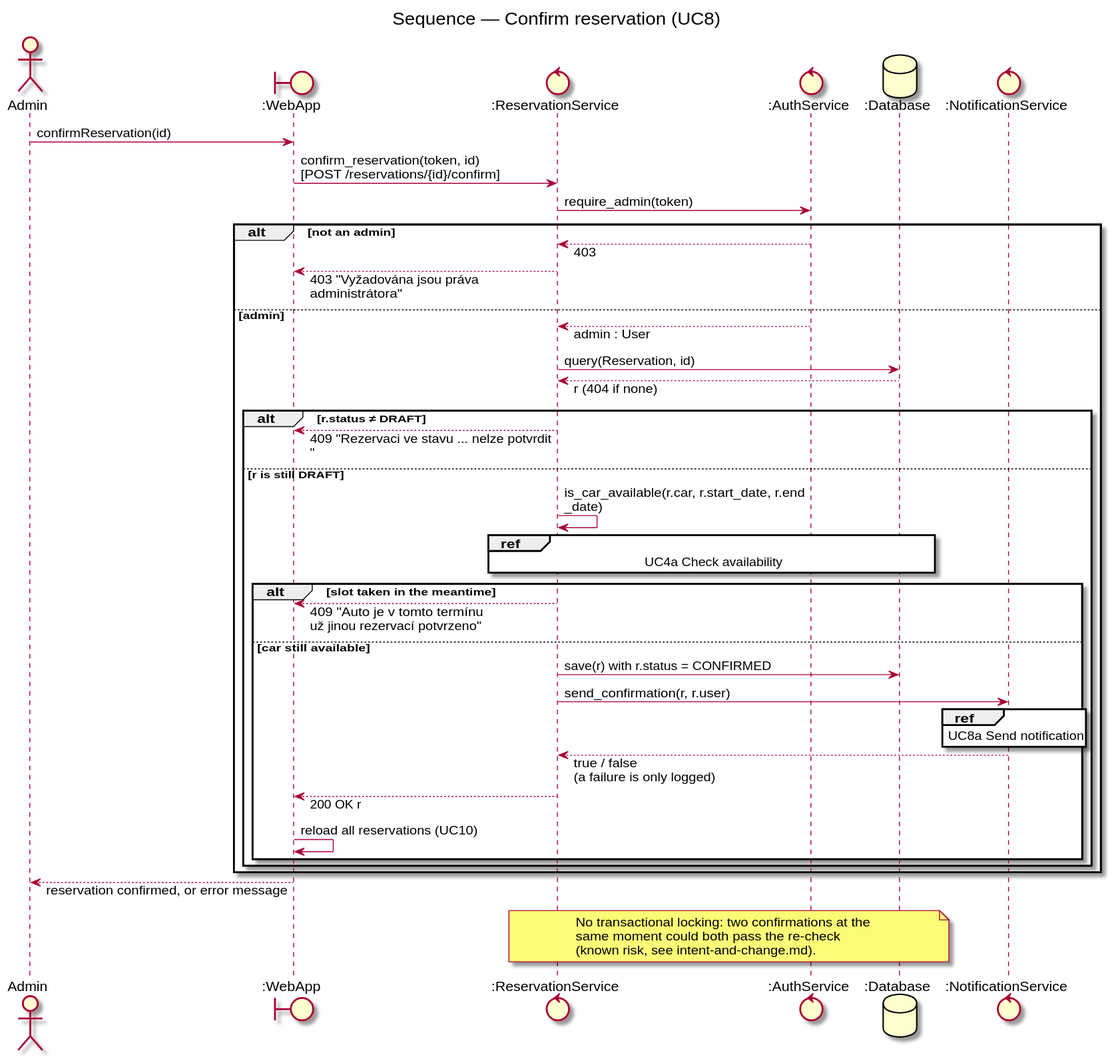
This is docs/diagrams/sequence-confirm-reservation.svg from DavidMagyarics/CarRentalVSB, a PlantUML export, as it was before one commit.
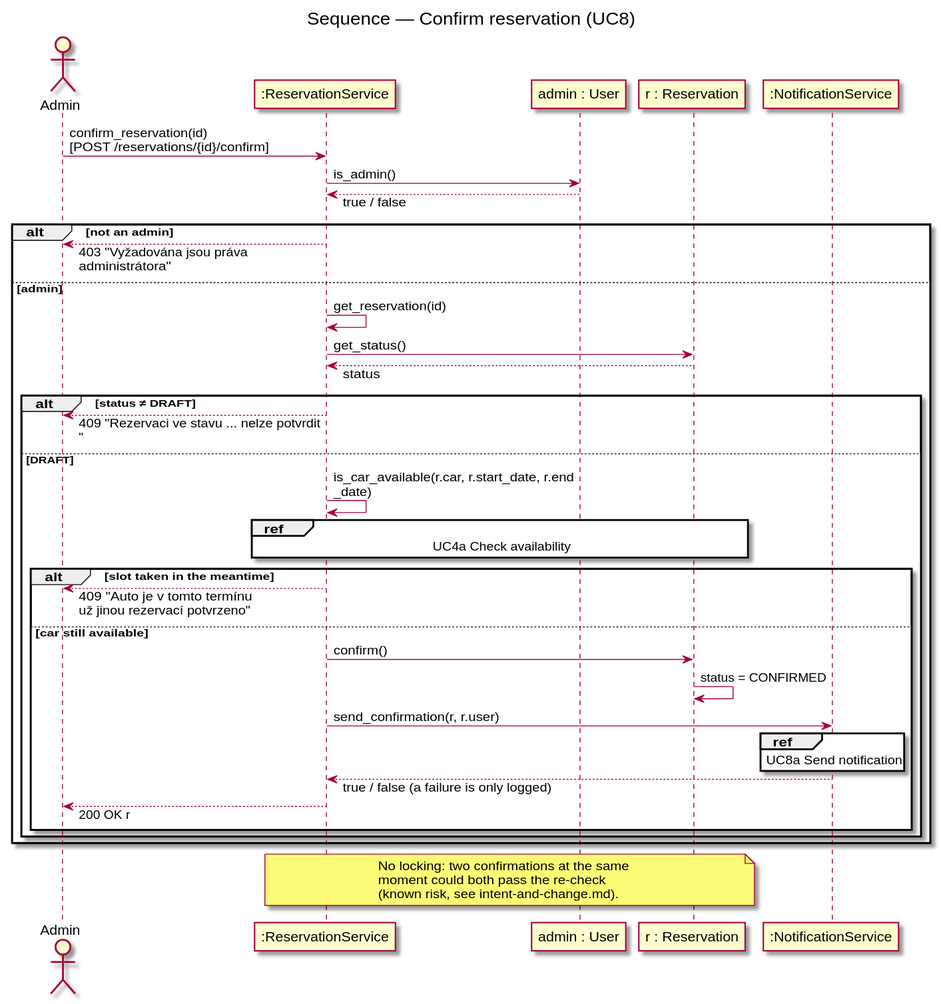
The same diagram one commit later.

Change to the diagram source:
```diff
@@ -4,47 +4,42 @@
 skinparam maxMessageSize 260
 title Sequence — Confirm reservation (UC8)
 actor Admin
-boundary ":WebApp" as Web
-control ":ReservationService" as Res
-control ":AuthService" as Auth
-database ":Database" as DB
-control ":NotificationService" as NS
+participant ":ReservationService" as Res
+participant "admin : User" as A
+participant "r : Reservation" as R
+participant ":NotificationService" as NS
 
-Admin -> Web : confirmReservation(id)
-Web -> Res : confirm_reservation(token, id)\n[POST /reservations/{id}/confirm]
-Res -> Auth : require_admin(token)
+Admin -> Res : confirm_reservation(id)\n[POST /reservations/{id}/confirm]
+Res -> A : is_admin()
+A --> Res : true / false
 
 alt not an admin
-  Auth --> Res : 403
-  Res --> Web : 403 "Vyžadována jsou práva administrátora"
+  Res --> Admin : 403 "Vyžadována jsou práva administrátora"
 else admin
-  Auth --> Res : admin : User
-  Res -> DB : query(Reservation, id)
-  DB --> Res : r (404 if none)
-
-  alt r.status ≠ DRAFT
-    Res --> Web : 409 "Rezervaci ve stavu ... nelze potvrdit"
-  else r is still DRAFT
+  Res -> Res : get_reservation(id)
+  Res -> R : get_status()
+  R --> Res : status
+  alt status ≠ DRAFT
+    Res --> Admin : 409 "Rezervaci ve stavu ... nelze potvrdit"
+  else DRAFT
     Res -> Res : is_car_available(r.car, r.start_date, r.end_date)
-    ref over Res, DB : UC4a Check availability
+    ref over Res, R : UC4a Check availability
     alt slot taken in the meantime
-      Res --> Web : 409 "Auto je v tomto termínu\nuž jinou rezervací potvrzeno"
+      Res --> Admin : 409 "Auto je v tomto termínu\nuž jinou rezervací potvrzeno"
     else car still available
-      Res -> DB : save(r) with r.status = CONFIRMED
+      Res -> R : confirm()
+      R -> R : status = CONFIRMED
       Res -> NS : send_confirmation(r, r.user)
       ref over NS : UC8a Send notification
-      NS --> Res : true / false\n(a failure is only logged)
-      Res --> Web : 200 OK r
-      Web -> Web : reload all reservations (UC10)
+      NS --> Res : true / false (a failure is only logged)
+      Res --> Admin : 200 OK r
     end
   end
 end
 
-Web --> Admin : reservation confirmed, or error message
-
-note over Res, DB
-  No transactional locking: two confirmations at the
-  same moment could both pass the re-check
+note over Res, R
+  No locking: two confirmations at the same
+  moment could both pass the re-check
   (known risk, see intent-and-change.md).
 end note
 @enduml
```
